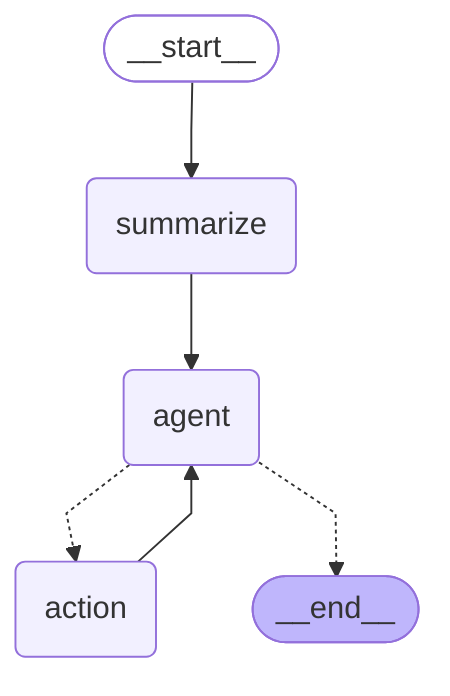
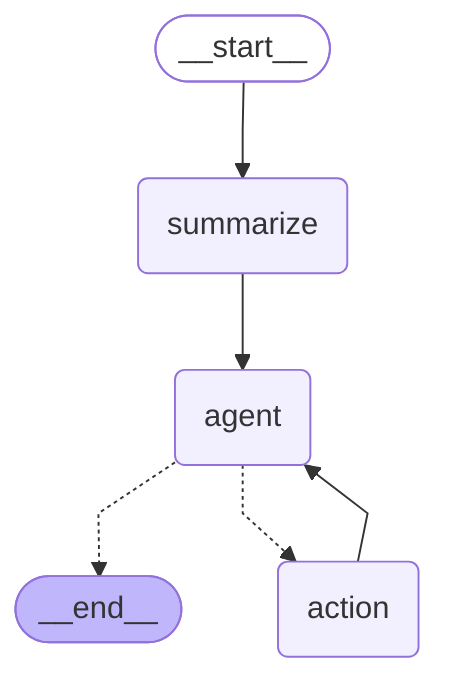
---
config:
  flowchart:
    curve: linear
---
graph TD;
	__start__([<p>__start__</p>]):::first
	summarize(summarize)
	agent(agent)
	action(action)
	__end__([<p>__end__</p>]):::last
	__start__ --> summarize;
	action --> agent;
+ 	agent -.-> __end__;
	agent -.-> action;
	summarize --> agent;
- 	agent -.-> __end__;
	classDef default fill:#f2f0ff,line-height:1.2
	classDef first fill-opacity:0
	classDef last fill:#bfb6fc
